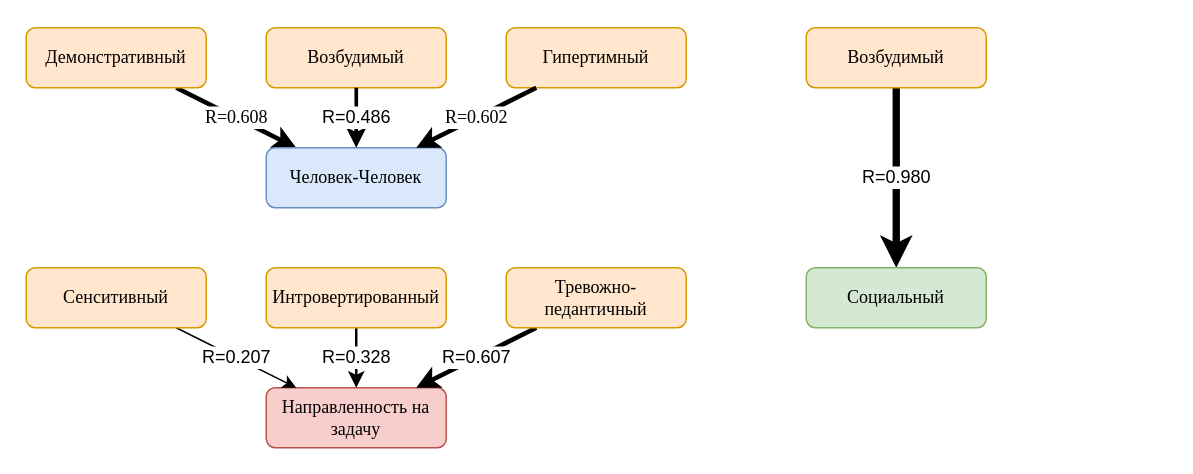
The draw.io diagram Частные гипотезы.drawio in Mikhailgumerov/drawio, before the edit. Source tidied: cells renumbered, new cells numbered last; positions are measured from the earlier drawing's top-left corner, leaving out a move shared by most shapes. Both pictures are drawn from the tidied source at 150%, with x=0, y=0 at pixel (26, 27).
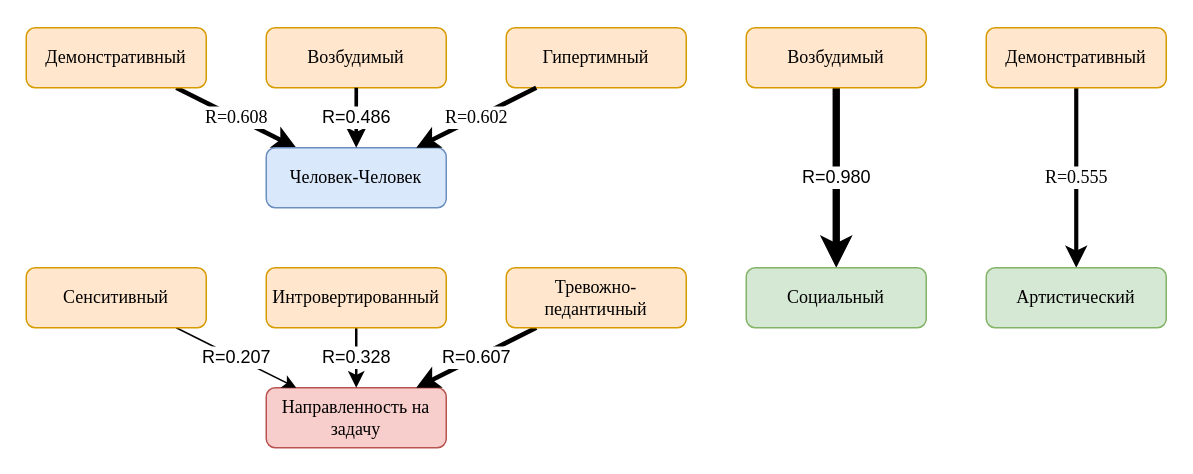
Above is the later version.

The edit, as a diff of the source:
```diff
@@
     <mxCell id="18" value="&lt;br&gt;&lt;span style=&quot;font-family: &amp;quot;Times New Roman&amp;quot;;&quot;&gt;Возбудимый&lt;/span&gt;&lt;div&gt;&lt;br&gt;&lt;/div&gt;" style="rounded=1;whiteSpace=wrap;html=1;fillColor=#ffe6cc;strokeColor=#d79b00;fontSize=12;fillOpacity=100;" parent="1" vertex="1">
-      <mxGeometry x="520" width="120" height="40" as="geometry" />
+      <mxGeometry x="480" width="120" height="40" as="geometry" />
     </mxCell>
     <mxCell id="19" value="&lt;br&gt;&lt;span style=&quot;font-family: &amp;quot;Times New Roman&amp;quot;;&quot;&gt;Социальный&lt;/span&gt;&lt;div&gt;&lt;br&gt;&lt;/div&gt;" style="rounded=1;whiteSpace=wrap;html=1;fillColor=#d5e8d4;strokeColor=#82b366;fontSize=12;fillOpacity=100;" parent="1" vertex="1">
-      <mxGeometry x="520" y="160" width="120" height="40" as="geometry" />
+      <mxGeometry x="480" y="160" width="120" height="40" as="geometry" />
     </mxCell>
@@
+    <mxCell id="21" value="R=0.555" style="rounded=0;jettySize=auto;html=1;strokeWidth=2.775;fontFamily=Times New Roman;fontSize=12;strokeColor=default;" parent="1" edge="1" source="22" target="23">
+      <mxGeometry relative="1" as="geometry" />
+    </mxCell>
+    <mxCell id="22" value="&lt;span style=&quot;text-align: start; line-height: 19.9733px;&quot;&gt;&lt;font&gt;Демонстративный&lt;/font&gt;&lt;/span&gt;&lt;span style=&quot;text-align: start;&quot;&gt;&lt;/span&gt;" style="rounded=1;whiteSpace=wrap;html=1;fontFamily=Times New Roman;fontSize=12;fillColor=#ffe6cc;strokeColor=#d79b00;" parent="1" vertex="1">
+      <mxGeometry x="640" width="120" height="40" as="geometry" />
+    </mxCell>
+    <mxCell id="23" value="&lt;br&gt;&lt;span&gt;&lt;font&gt;Артистический&lt;/font&gt;&lt;/span&gt;&lt;div&gt;&lt;br&gt;&lt;/div&gt;" style="whiteSpace=wrap;html=1;fontFamily=Times New Roman;fillColor=#d5e8d4;strokeColor=#82b366;rounded=1;fontSize=12;" parent="1" vertex="1">
+      <mxGeometry x="640" y="160" width="120" height="40" as="geometry" />
+    </mxCell>
```
